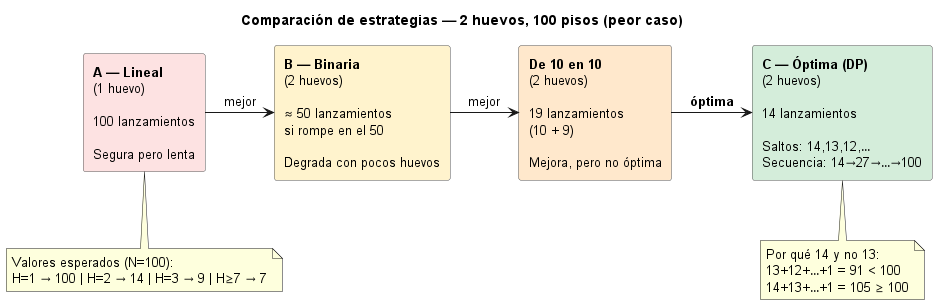
Earlier version of the PlantUML export diagramas/comparacion_estrategias.png (Therinbsv/Problema-huevos). Its diagram source:
```plantuml
@startuml comparacion_estrategias

title Comparación de estrategias — 2 huevos, 100 pisos (peor caso)

skinparam monochrome false
skinparam defaultFontSize 13
skinparam rectangle {
  BackgroundColor #FDFBF7
  BorderColor #555555
}

rectangle "**A — Lineal**\n(1 huevo)\n\n100 lanzamientos\n\nSegura pero lenta" as A #FDE2E2
rectangle "**B — Binaria**\n(2 huevos)\n\n≈ 50 lanzamientos\nsi rompe en el 50\n\nDegrada con pocos huevos" as B #FFF3CD
rectangle "**De 10 en 10**\n(2 huevos)\n\n19 lanzamientos\n(10 + 9)\n\nMejora, pero no óptima" as C #FFE8CC
rectangle "**C — Óptima (DP)**\n(2 huevos)\n\n14 lanzamientos\n\nSaltos: 14,13,12,…\nSecuencia: 14→27→…→100" as D #D4EDDA

A -right-> B : mejor
B -right-> C : mejor
C -right-> D : **óptima**

note bottom of D
  Por qué 14 y no 13:
  13+12+…+1 = 91 < 100
  14+13+…+1 = 105 ≥ 100
end note

note bottom of A
  Valores esperados (N=100):
  H=1 → 100 | H=2 → 14 | H=3 → 9 | H≥7 → 7
end note

@enduml
```
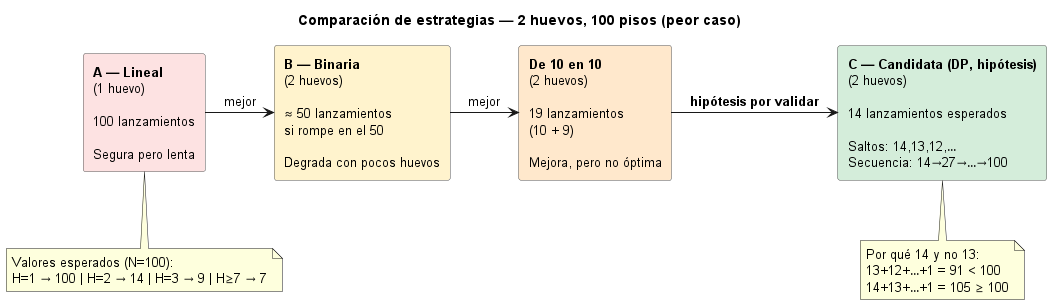
The same file after the commit.

The edit, as a diff of the source:
```diff
@@ -12,11 +12,11 @@
 rectangle "**A — Lineal**\n(1 huevo)\n\n100 lanzamientos\n\nSegura pero lenta" as A #FDE2E2
 rectangle "**B — Binaria**\n(2 huevos)\n\n≈ 50 lanzamientos\nsi rompe en el 50\n\nDegrada con pocos huevos" as B #FFF3CD
 rectangle "**De 10 en 10**\n(2 huevos)\n\n19 lanzamientos\n(10 + 9)\n\nMejora, pero no óptima" as C #FFE8CC
-rectangle "**C — Óptima (DP)**\n(2 huevos)\n\n14 lanzamientos\n\nSaltos: 14,13,12,…\nSecuencia: 14→27→…→100" as D #D4EDDA
+rectangle "**C — Candidata (DP, hipótesis)**\n(2 huevos)\n\n14 lanzamientos esperados\n\nSaltos: 14,13,12,…\nSecuencia: 14→27→…→100" as D #D4EDDA
 
 A -right-> B : mejor
 B -right-> C : mejor
-C -right-> D : **óptima**
+C -right-> D : **hipótesis por validar**
 
 note bottom of D
   Por qué 14 y no 13:
```
